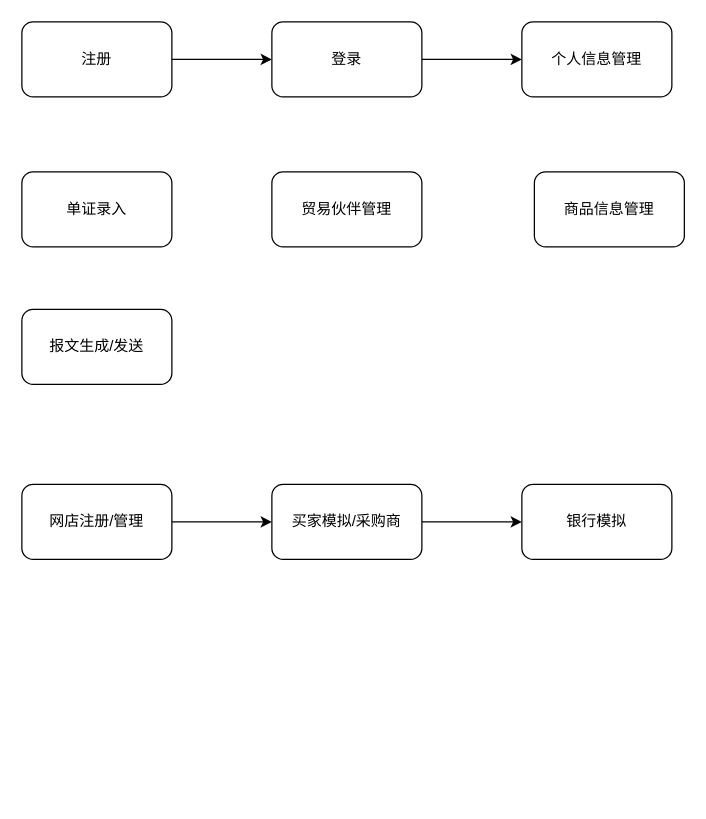
The draw.io diagram EMS.drawio in simplesmall/DrawIO, before the edit. Source tidied: cells renumbered, new cells numbered last; positions are measured from the earlier drawing's top-left corner, leaving out a move shared by most shapes. Both pictures are drawn from the tidied source at 125%, with x=0, y=0 at pixel (21, 21).
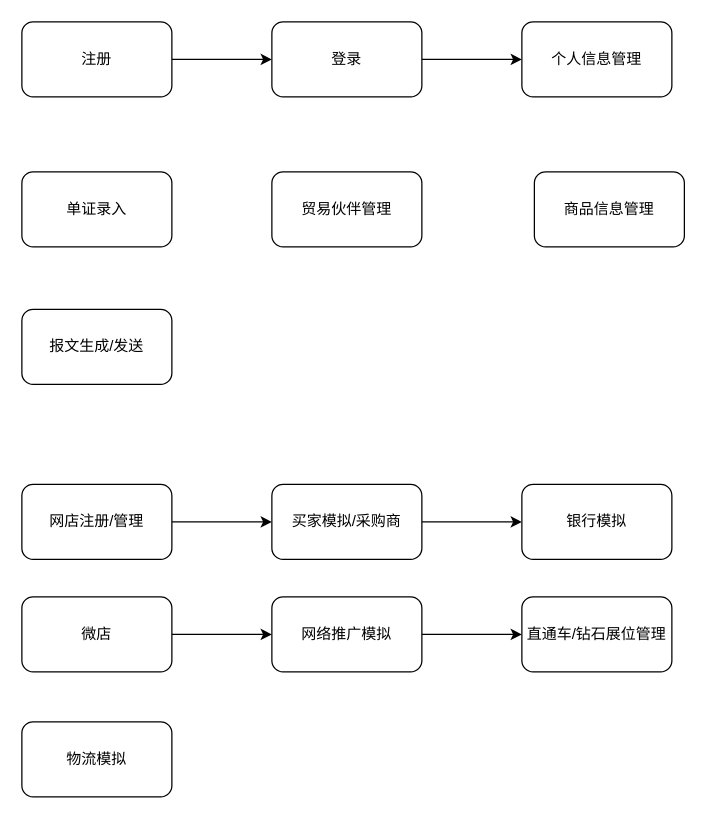
The same diagram, later.

Change to the diagram source:
```diff
@@
+    <mxCell id="16" style="edgeStyle=orthogonalEdgeStyle;rounded=0;jettySize=auto;html=1;" parent="1" edge="1" source="17" target="19">
+      <mxGeometry relative="1" as="geometry" />
+    </mxCell>
+    <mxCell id="17" value="微店" style="rounded=1;whiteSpace=wrap;html=1;" parent="1" vertex="1">
+      <mxGeometry y="460" width="120" height="60" as="geometry" />
+    </mxCell>
+    <mxCell id="18" style="edgeStyle=orthogonalEdgeStyle;rounded=0;jettySize=auto;html=1;" parent="1" edge="1" source="19" target="20">
+      <mxGeometry relative="1" as="geometry" />
+    </mxCell>
+    <mxCell id="19" value="网络推广模拟" style="rounded=1;whiteSpace=wrap;html=1;" parent="1" vertex="1">
+      <mxGeometry x="200" y="460" width="120" height="60" as="geometry" />
+    </mxCell>
+    <mxCell id="20" value="直通车/钻石展位管理" style="rounded=1;whiteSpace=wrap;html=1;" parent="1" vertex="1">
+      <mxGeometry x="400" y="460" width="120" height="60" as="geometry" />
+    </mxCell>
+    <mxCell id="21" value="物流模拟" style="rounded=1;whiteSpace=wrap;html=1;" parent="1" vertex="1">
+      <mxGeometry y="560" width="120" height="60" as="geometry" />
+    </mxCell>
```
